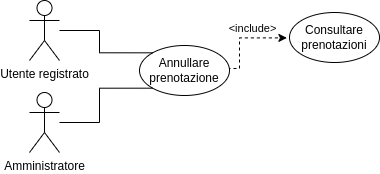
This is D2/media/rf4.png from T45-IS-UNITN/Documentazione, a draw.io export, as it was before one commit. Source tidied: cells renumbered, new cells last; positions are measured from the earlier drawing's top-left corner, leaving out a move shared by most shapes.
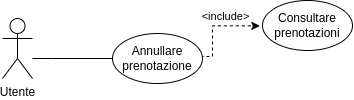
The same diagram one commit later.

Change to the diagram source:
```diff
@@ -22,17 +22,16 @@
         <mxPoint x="-7" y="-11" as="offset" />
       </mxGeometry>
     </mxCell>
-    <mxCell id="6" style="edgeStyle=orthogonalEdgeStyle;rounded=0;jumpStyle=none;jettySize=auto;html=1;entryX=0;entryY=1;entryDx=0;entryDy=0;fontSize=11;startArrow=none;startFill=0;endArrow=none;endFill=0;" parent="1" edge="1" source="7" target="2">
-      <mxGeometry relative="1" as="geometry" />
-    </mxCell>
-    <mxCell id="7" value="Amministratore" style="shape=umlActor;verticalLabelPosition=bottom;verticalAlign=top;html=1;outlineConnect=0;" parent="1" vertex="1">
-      <mxGeometry y="92" width="30" height="60" as="geometry" />
-    </mxCell>
-    <mxCell id="8" style="edgeStyle=orthogonalEdgeStyle;rounded=0;jumpStyle=none;jettySize=auto;html=1;entryX=0;entryY=0;entryDx=0;entryDy=0;fontSize=11;startArrow=none;startFill=0;endArrow=none;endFill=0;" parent="1" edge="1" source="9" target="2">
-      <mxGeometry relative="1" as="geometry" />
+    <mxCell id="8" style="edgeStyle=orthogonalEdgeStyle;rounded=0;jumpStyle=none;jettySize=auto;html=1;entryX=0;entryY=0.5;entryDx=0;entryDy=0;fontSize=11;startArrow=none;startFill=0;endArrow=none;endFill=0;" parent="1" edge="1" source="9" target="2">
+      <mxGeometry relative="1" as="geometry">
+        <Array as="points">
+          <mxPoint x="50" y="70" />
+          <mxPoint x="50" y="70" />
+        </Array>
+      </mxGeometry>
     </mxCell>
-    <mxCell id="9" value="Utente registrato" style="shape=umlActor;verticalLabelPosition=bottom;verticalAlign=top;html=1;outlineConnect=0;" parent="1" vertex="1">
-      <mxGeometry width="30" height="60" as="geometry" />
+    <mxCell id="9" value="Utente" style="shape=umlActor;verticalLabelPosition=bottom;verticalAlign=top;html=1;outlineConnect=0;" parent="1" vertex="1">
+      <mxGeometry y="30" width="30" height="60" as="geometry" />
     </mxCell>
   </root>
 </mxGraphModel>
```
